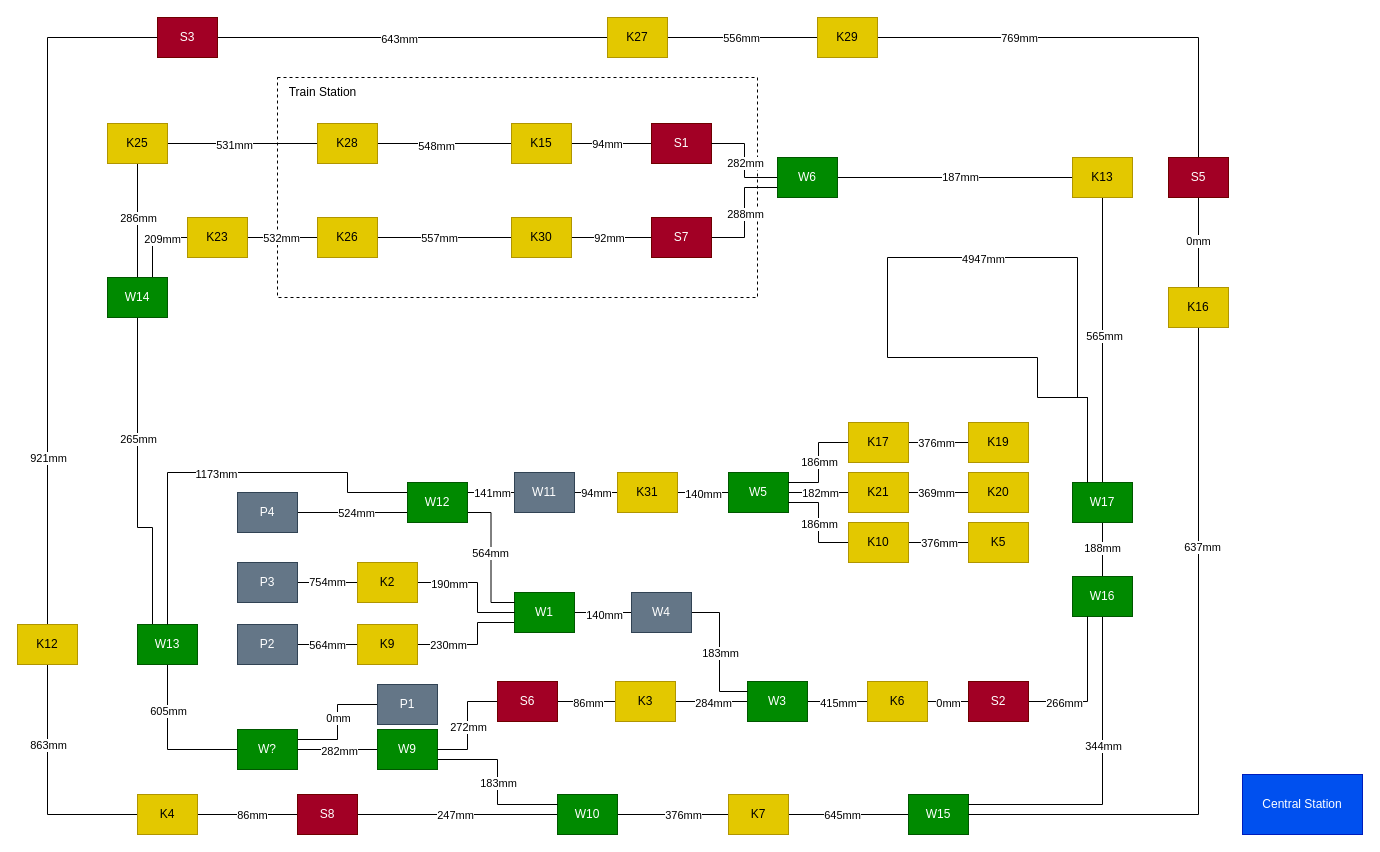
Before: src/main/resources/config/track/Graph.drawio in Integraluminium/Modellbahn-Routing, a draw.io diagram. Source tidied: cells renumbered, new cells numbered last; positions are measured from the earlier drawing's top-left corner, leaving out a move shared by most shapes. Both pictures are drawn from the tidied source at 100%, with x=0, y=0 at pixel (17, 17).
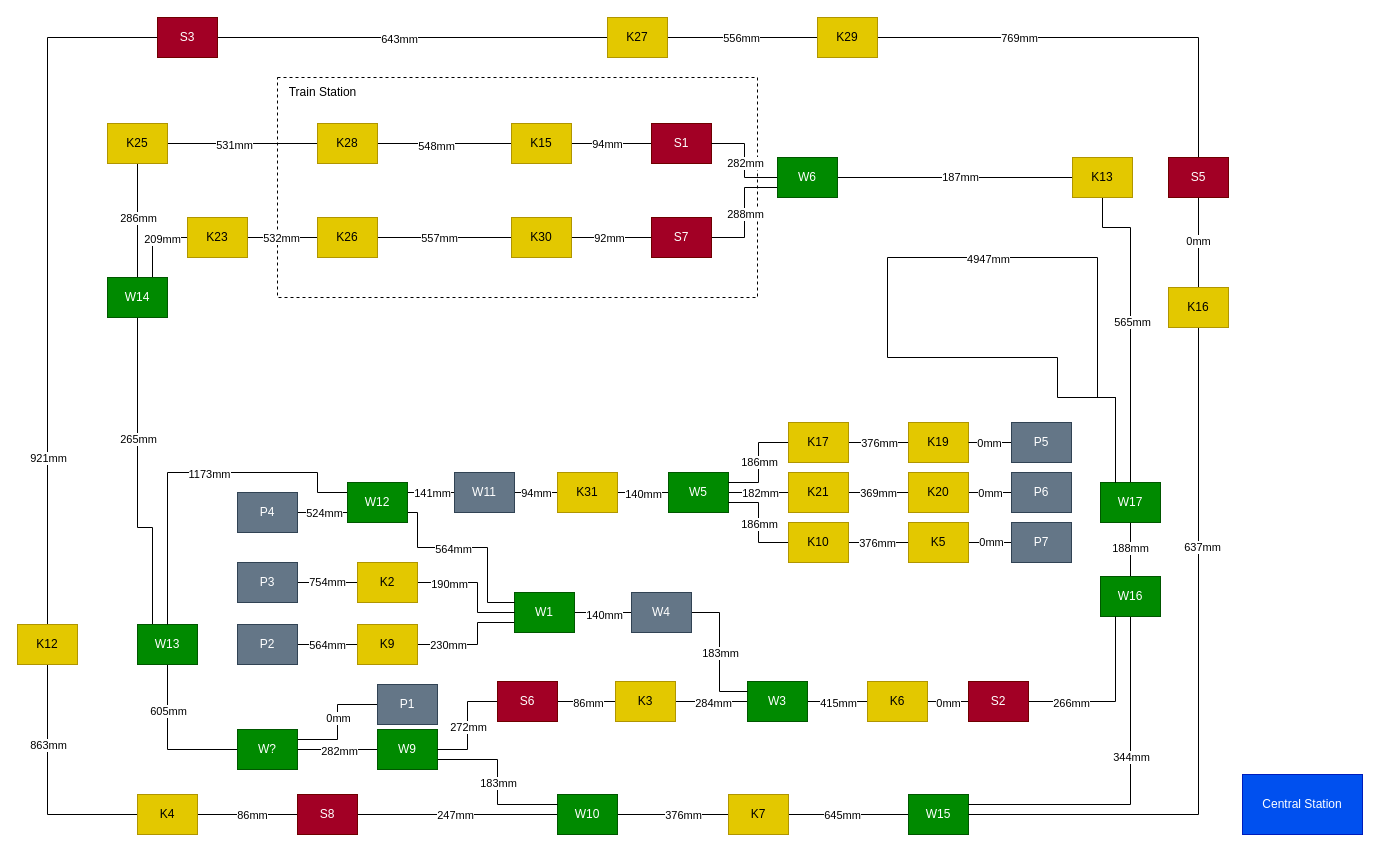
The same page after the edit.

Unchanged cells that the change refers to:
```xml
<mxCell id="7" value="W15" style="rounded=0;whiteSpace=wrap;html=1;fillColor=#008a00;fontColor=#ffffff;strokeColor=#005700;" parent="1" vertex="1">
  <mxGeometry x="891" y="777" width="60" height="40" as="geometry" />
</mxCell>
<mxCell id="51" value="W13" style="rounded=0;whiteSpace=wrap;html=1;fillColor=#008a00;fontColor=#ffffff;strokeColor=#005700;" parent="1" vertex="1">
  <mxGeometry x="120" y="607" width="60" height="40" as="geometry" />
</mxCell>
<mxCell id="86" value="K13" style="rounded=0;whiteSpace=wrap;html=1;fillColor=#e3c800;fontColor=#000000;strokeColor=#B09500;" parent="1" vertex="1">
  <mxGeometry x="1055" y="140" width="60" height="40" as="geometry" />
</mxCell>
<mxCell id="117" value="W1" style="rounded=0;whiteSpace=wrap;html=1;fillColor=#008a00;fontColor=#ffffff;strokeColor=#005700;" parent="1" vertex="1">
  <mxGeometry x="497" y="575" width="60" height="40" as="geometry" />
</mxCell>
<mxCell id="147" style="edgeStyle=orthogonalEdgeStyle;rounded=0;jettySize=auto;html=1;endArrow=none;startFill=0;" parent="1" edge="1" source="149" target="156">
  <mxGeometry relative="1" as="geometry" />
</mxCell>
<mxCell id="152" style="edgeStyle=orthogonalEdgeStyle;rounded=0;jettySize=auto;html=1;endArrow=none;startFill=0;" parent="1" edge="1" source="154" target="155">
  <mxGeometry relative="1" as="geometry" />
</mxCell>
<mxCell id="157" style="edgeStyle=orthogonalEdgeStyle;rounded=0;jettySize=auto;html=1;endArrow=none;startFill=0;" parent="1" edge="1" source="161" target="162">
  <mxGeometry relative="1" as="geometry" />
</mxCell>
```

What changed in the source:
```diff
@@
     <mxCell id="84" style="edgeStyle=orthogonalEdgeStyle;rounded=0;jettySize=auto;html=1;endArrow=none;startFill=0;" parent="1" edge="1" source="86" target="89">
-      <mxGeometry relative="1" as="geometry" />
+      <mxGeometry relative="1" as="geometry">
+        <Array as="points">
+          <mxPoint x="1085" y="210" />
+          <mxPoint x="1113" y="210" />
+        </Array>
+      </mxGeometry>
     </mxCell>
@@
     <mxCell id="89" value="W17" style="rounded=0;whiteSpace=wrap;html=1;fillColor=#008a00;fontColor=#ffffff;strokeColor=#005700;" parent="1" vertex="1">
-      <mxGeometry x="1055" y="465" width="60" height="40" as="geometry" />
+      <mxGeometry x="1083" y="465" width="60" height="40" as="geometry" />
     </mxCell>
-    <mxCell id="90" style="edgeStyle=orthogonalEdgeStyle;rounded=0;jettySize=auto;html=1;entryX=1;entryY=0.25;entryDx=0;entryDy=0;endArrow=none;startFill=0;" parent="1" edge="1" source="92" target="7">
+    <mxCell id="90" style="edgeStyle=orthogonalEdgeStyle;rounded=0;jettySize=auto;html=1;entryX=1;entryY=0.25;entryDx=0;entryDy=0;endArrow=none;startFill=0;exitX=0.5;exitY=1;exitDx=0;exitDy=0;" parent="1" edge="1" source="92" target="7">
       <mxGeometry relative="1" as="geometry">
         <Array as="points">
-          <mxPoint x="1085" y="787" />
+          <mxPoint x="1113" y="787" />
         </Array>
       </mxGeometry>
     </mxCell>
@@
     <mxCell id="92" value="W16" style="rounded=0;whiteSpace=wrap;html=1;fillColor=#008a00;fontColor=#ffffff;strokeColor=#005700;" parent="1" vertex="1">
-      <mxGeometry x="1055" y="559" width="60" height="40" as="geometry" />
+      <mxGeometry x="1083" y="559" width="60" height="40" as="geometry" />
     </mxCell>
@@
     <mxCell id="128" style="edgeStyle=orthogonalEdgeStyle;rounded=0;jettySize=auto;html=1;entryX=0;entryY=0.25;entryDx=0;entryDy=0;exitX=1;exitY=0.75;exitDx=0;exitDy=0;endArrow=none;startFill=0;" parent="1" edge="1" source="136" target="117">
-      <mxGeometry relative="1" as="geometry" />
+      <mxGeometry relative="1" as="geometry">
+        <Array as="points">
+          <mxPoint x="400" y="495" />
+          <mxPoint x="400" y="530" />
+          <mxPoint x="470" y="530" />
+          <mxPoint x="470" y="585" />
+        </Array>
+      </mxGeometry>
     </mxCell>
     <mxCell id="129" value="564mm" style="edgeLabel;html=1;align=center;verticalAlign=middle;" parent="128" vertex="1">
-      <mxGeometry x="-0.07" y="-1" relative="1" as="geometry" />
+      <mxGeometry x="-0.07" y="-1" relative="1" as="geometry">
+        <mxPoint x="-12" as="offset" />
+      </mxGeometry>
     </mxCell>
@@
     <mxCell id="132" style="edgeStyle=orthogonalEdgeStyle;rounded=0;jettySize=auto;html=1;entryX=0.5;entryY=0;entryDx=0;entryDy=0;exitX=0;exitY=0.25;exitDx=0;exitDy=0;endArrow=none;startFill=0;" parent="1" edge="1" source="136" target="51">
       <mxGeometry relative="1" as="geometry">
         <Array as="points">
-          <mxPoint x="330" y="475" />
-          <mxPoint x="330" y="455" />
+          <mxPoint x="300" y="475" />
+          <mxPoint x="300" y="455" />
           <mxPoint x="150" y="455" />
         </Array>
       </mxGeometry>
     </mxCell>
     <mxCell id="133" value="1173mm" style="edgeLabel;html=1;align=center;verticalAlign=middle;" parent="132" vertex="1">
       <mxGeometry x="0.03" y="2" relative="1" as="geometry">
-        <mxPoint y="-1" as="offset" />
+        <mxPoint x="22" y="-1" as="offset" />
       </mxGeometry>
     </mxCell>
@@
     <mxCell id="136" value="W12" style="rounded=0;whiteSpace=wrap;html=1;fillColor=#008a00;fontColor=#ffffff;strokeColor=#005700;" parent="1" vertex="1">
-      <mxGeometry x="390" y="465" width="60" height="40" as="geometry" />
+      <mxGeometry x="330" y="465" width="60" height="40" as="geometry" />
     </mxCell>
@@
     <mxCell id="140" value="W11" style="rounded=0;whiteSpace=wrap;html=1;fillColor=#647687;fontColor=#ffffff;strokeColor=#314354;" parent="1" vertex="1">
-      <mxGeometry x="497" y="455" width="60" height="40" as="geometry" />
+      <mxGeometry x="437" y="455" width="60" height="40" as="geometry" />
     </mxCell>
@@
     <mxCell id="143" value="K31" style="rounded=0;whiteSpace=wrap;html=1;fillColor=#e3c800;fontColor=#000000;strokeColor=#B09500;" parent="1" vertex="1">
-      <mxGeometry x="600" y="455" width="60" height="40" as="geometry" />
+      <mxGeometry x="540" y="455" width="60" height="40" as="geometry" />
     </mxCell>
@@
     <mxCell id="146" value="W5" style="rounded=0;whiteSpace=wrap;html=1;fillColor=#008a00;fontColor=#ffffff;strokeColor=#005700;" parent="1" vertex="1">
-      <mxGeometry x="711" y="455" width="60" height="40" as="geometry" />
+      <mxGeometry x="651" y="455" width="60" height="40" as="geometry" />
     </mxCell>
@@
     <mxCell id="148" value="369mm" style="edgeLabel;html=1;align=center;verticalAlign=middle;" parent="147" vertex="1">
-      <mxGeometry x="-0.1" relative="1" as="geometry" />
+      <mxGeometry x="-0.1" relative="1" as="geometry">
+        <mxPoint x="2" as="offset" />
+      </mxGeometry>
     </mxCell>
     <mxCell id="149" value="K21" style="rounded=0;whiteSpace=wrap;html=1;fillColor=#e3c800;fontColor=#000000;strokeColor=#B09500;" parent="1" vertex="1">
-      <mxGeometry x="831" y="455" width="60" height="40" as="geometry" />
+      <mxGeometry x="771" y="455" width="60" height="40" as="geometry" />
     </mxCell>
@@
     <mxCell id="153" value="376mm" style="edgeLabel;html=1;align=center;verticalAlign=middle;" parent="152" vertex="1">
       <mxGeometry x="-0.31" relative="1" as="geometry">
-        <mxPoint x="9" as="offset" />
+        <mxPoint x="7" as="offset" />
       </mxGeometry>
     </mxCell>
     <mxCell id="154" value="K10" style="rounded=0;whiteSpace=wrap;html=1;fillColor=#e3c800;fontColor=#000000;strokeColor=#B09500;" parent="1" vertex="1">
-      <mxGeometry x="831" y="505" width="60" height="40" as="geometry" />
+      <mxGeometry x="771" y="505" width="60" height="40" as="geometry" />
     </mxCell>
+    <mxCell id="165" style="edgeStyle=orthogonalEdgeStyle;rounded=0;jettySize=auto;html=1;endArrow=none;startFill=0;" parent="1" edge="1" source="155" target="173">
+      <mxGeometry relative="1" as="geometry" />
+    </mxCell>
+    <mxCell id="166" value="0mm" style="edgeLabel;html=1;align=center;verticalAlign=middle;" parent="165" vertex="1">
+      <mxGeometry y="2" relative="1" as="geometry">
+        <mxPoint y="1" as="offset" />
+      </mxGeometry>
+    </mxCell>
     <mxCell id="155" value="K5" style="rounded=0;whiteSpace=wrap;html=1;fillColor=#e3c800;fontColor=#000000;strokeColor=#B09500;" parent="1" vertex="1">
-      <mxGeometry x="951" y="505" width="60" height="40" as="geometry" />
+      <mxGeometry x="891" y="505" width="60" height="40" as="geometry" />
     </mxCell>
+    <mxCell id="167" style="edgeStyle=orthogonalEdgeStyle;rounded=0;jettySize=auto;html=1;entryX=0;entryY=0.5;entryDx=0;entryDy=0;endArrow=none;startFill=0;" parent="1" edge="1" source="156" target="172">
+      <mxGeometry relative="1" as="geometry" />
+    </mxCell>
+    <mxCell id="168" value="0mm" style="edgeLabel;html=1;align=center;verticalAlign=middle;" parent="167" vertex="1">
+      <mxGeometry x="-0.03" relative="1" as="geometry" />
+    </mxCell>
     <mxCell id="156" value="K20" style="rounded=0;whiteSpace=wrap;html=1;fillColor=#e3c800;fontColor=#000000;strokeColor=#B09500;" parent="1" vertex="1">
-      <mxGeometry x="951" y="455" width="60" height="40" as="geometry" />
+      <mxGeometry x="891" y="455" width="60" height="40" as="geometry" />
     </mxCell>
@@
     <mxCell id="158" value="376mm" style="edgeLabel;html=1;align=center;verticalAlign=middle;" parent="157" vertex="1">
       <mxGeometry x="-0.1" y="1" relative="1" as="geometry">
-        <mxPoint y="1" as="offset" />
+        <mxPoint x="3" y="1" as="offset" />
       </mxGeometry>
     </mxCell>
@@
     <mxCell id="161" value="K17" style="rounded=0;whiteSpace=wrap;html=1;fillColor=#e3c800;fontColor=#000000;strokeColor=#B09500;" parent="1" vertex="1">
-      <mxGeometry x="831" y="405" width="60" height="40" as="geometry" />
+      <mxGeometry x="771" y="405" width="60" height="40" as="geometry" />
     </mxCell>
     <mxCell id="162" value="K19" style="rounded=0;whiteSpace=wrap;html=1;fillColor=#e3c800;fontColor=#000000;strokeColor=#B09500;" parent="1" vertex="1">
-      <mxGeometry x="951" y="405" width="60" height="40" as="geometry" />
+      <mxGeometry x="891" y="405" width="60" height="40" as="geometry" />
     </mxCell>
-    <mxCell id="163" style="edgeStyle=orthogonalEdgeStyle;rounded=0;jettySize=auto;html=1;entryX=0.25;entryY=0;entryDx=0;entryDy=0;endArrow=none;startFill=0;" parent="1" edge="1" target="89">
+    <mxCell id="163" style="edgeStyle=orthogonalEdgeStyle;rounded=0;orthogonalLoop=1;jettySize=auto;html=1;entryX=0.25;entryY=0;entryDx=0;entryDy=0;endArrow=none;startFill=0;exitX=0.25;exitY=0;exitDx=0;exitDy=0;" parent="1" edge="1" source="89" target="89">
       <mxGeometry relative="1" as="geometry">
-        <mxPoint x="1070" y="460" as="sourcePoint" />
         <Array as="points">
-          <mxPoint x="1070" y="390" />
-          <mxPoint x="1070" y="380" />
-          <mxPoint x="1020" y="380" />
-          <mxPoint x="1020" y="340" />
+          <mxPoint x="1098" y="380" />
+          <mxPoint x="1040" y="380" />
+          <mxPoint x="1040" y="340" />
           <mxPoint x="870" y="340" />
           <mxPoint x="870" y="240" />
-          <mxPoint x="1060" y="240" />
-          <mxPoint x="1060" y="380" />
-          <mxPoint x="1070" y="380" />
+          <mxPoint x="1080" y="240" />
+          <mxPoint x="1080" y="380" />
+          <mxPoint x="1098" y="380" />
         </Array>
       </mxGeometry>
     </mxCell>
@@
+    <mxCell id="169" style="edgeStyle=orthogonalEdgeStyle;rounded=0;jettySize=auto;html=1;endArrow=none;startFill=0;" parent="1" edge="1" source="171" target="162">
+      <mxGeometry relative="1" as="geometry" />
+    </mxCell>
+    <mxCell id="170" value="0mm" style="edgeLabel;html=1;align=center;verticalAlign=middle;" parent="169" vertex="1">
+      <mxGeometry x="0.05" y="-1" relative="1" as="geometry">
+        <mxPoint y="1" as="offset" />
+      </mxGeometry>
+    </mxCell>
+    <mxCell id="171" value="P5" style="rounded=0;whiteSpace=wrap;html=1;fillColor=#647687;fontColor=#ffffff;strokeColor=#314354;" parent="1" vertex="1">
+      <mxGeometry x="994" y="405" width="60" height="40" as="geometry" />
+    </mxCell>
+    <mxCell id="172" value="P6" style="rounded=0;whiteSpace=wrap;html=1;fillColor=#647687;fontColor=#ffffff;strokeColor=#314354;" parent="1" vertex="1">
+      <mxGeometry x="994" y="455" width="60" height="40" as="geometry" />
+    </mxCell>
+    <mxCell id="173" value="P7" style="rounded=0;whiteSpace=wrap;html=1;fillColor=#647687;fontColor=#ffffff;strokeColor=#314354;" parent="1" vertex="1">
+      <mxGeometry x="994" y="505" width="60" height="40" as="geometry" />
+    </mxCell>
```
